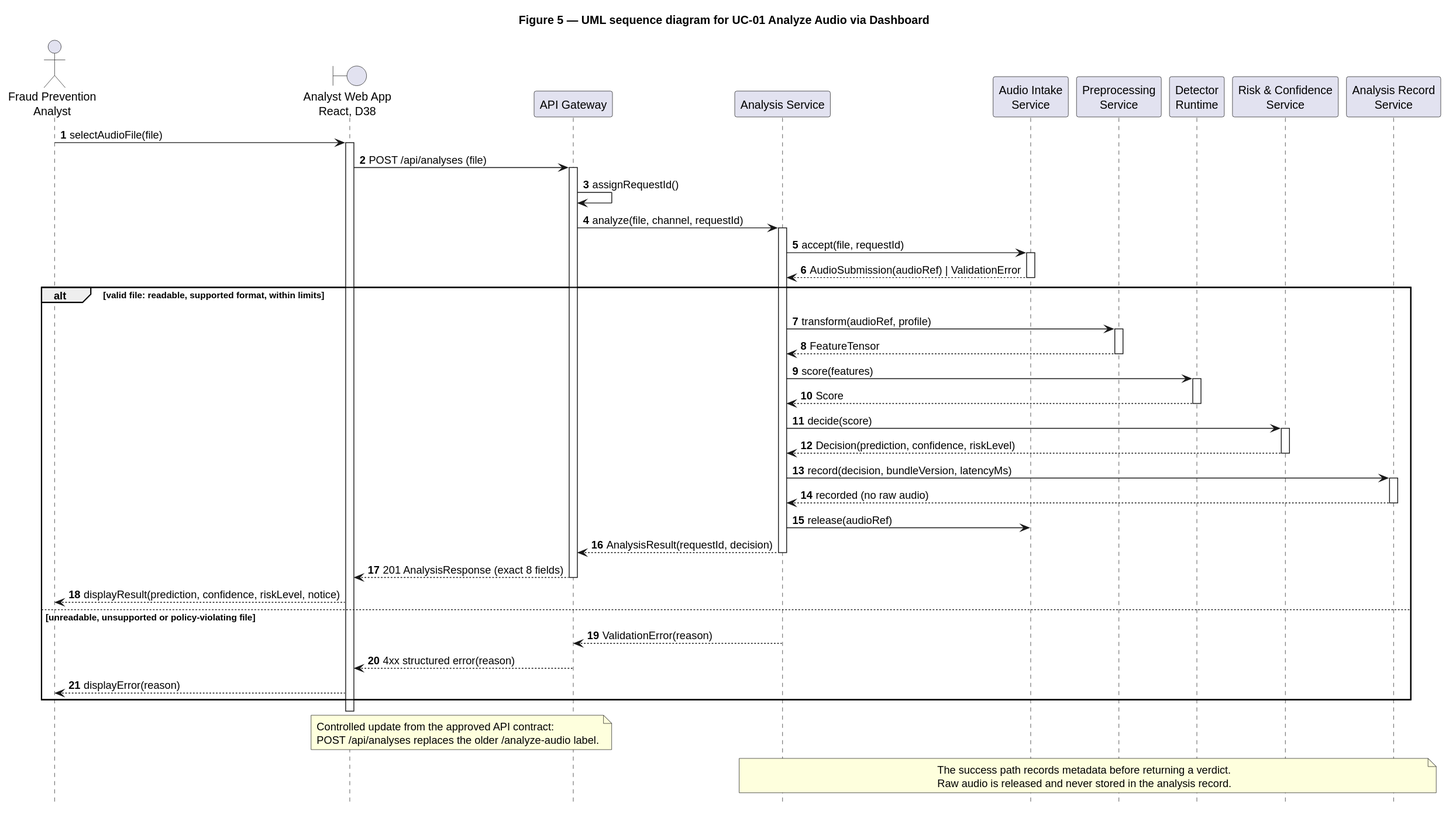
Before: docs/uml/sequence-uc01-analysis.svg, a diagram exported from PlantUML (kahlanzzi/voice-spoofing-detection).
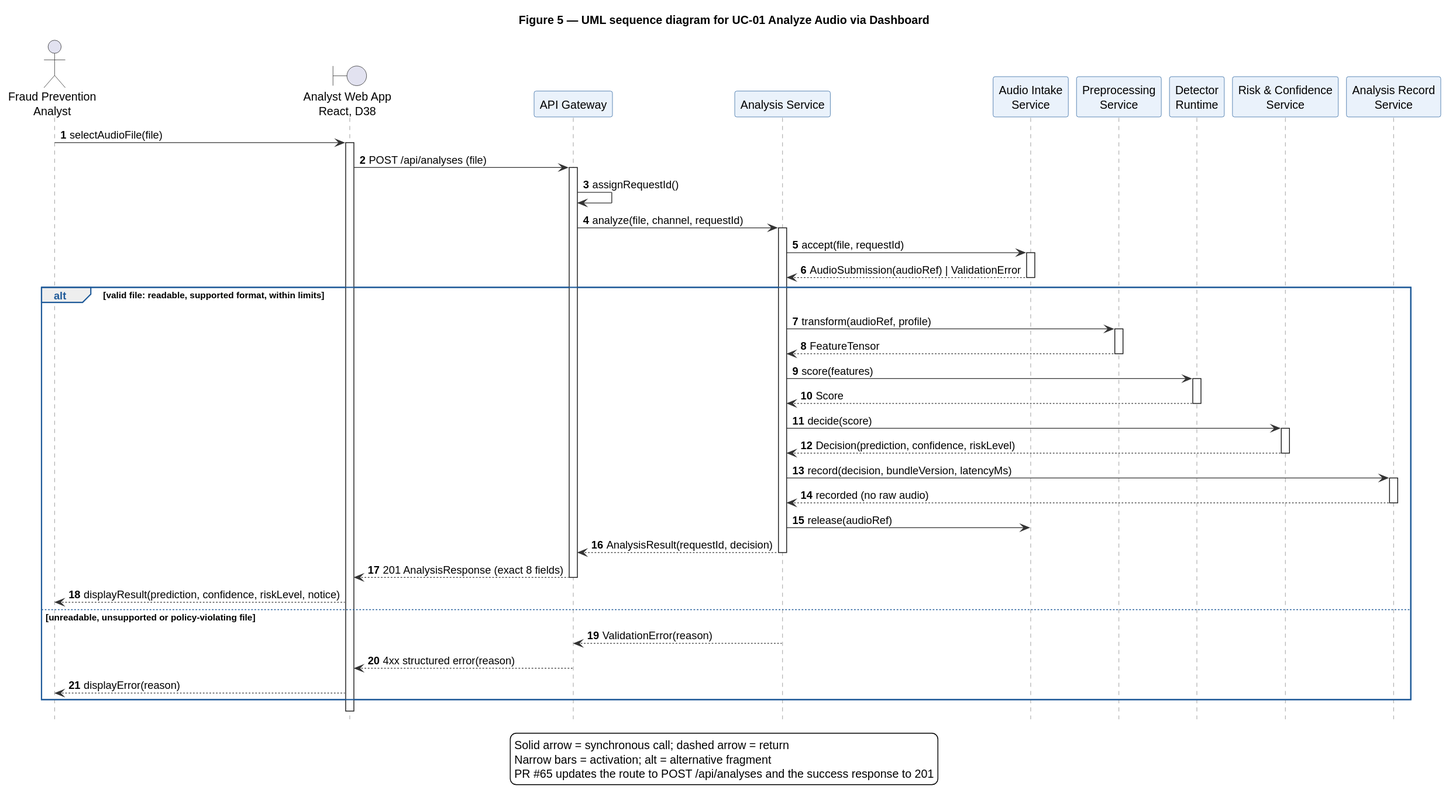
The same diagram one commit later.

What changed in the source:
```diff
@@ -2,6 +2,19 @@
 title Figure 5 — UML sequence diagram for UC-01 Analyze Audio via Dashboard
 hide footbox
 autonumber
+
+skinparam shadowing false
+skinparam backgroundColor white
+skinparam participant {
+  BackgroundColor #EAF2FB
+  BorderColor #1F5A99
+}
+skinparam sequence {
+  ArrowColor #333333
+  LifeLineBorderColor #777777
+  GroupBorderColor #1F5A99
+  GroupHeaderFontColor #1F5A99
+}
 
 actor "Fraud Prevention\nAnalyst" as Analyst
 boundary "Analyst Web App\nReact, D38" as Dashboard
@@ -61,13 +74,9 @@
 end
 deactivate Dashboard
 
-note over Dashboard,Gateway
-  Controlled update from the approved API contract:
-  POST /api/analyses replaces the older /analyze-audio label.
-end note
-
-note over Analysis,Record
-  The success path records metadata before returning a verdict.
-  Raw audio is released and never stored in the analysis record.
-end note
+legend bottom
+  Solid arrow = synchronous call; dashed arrow = return
+  Narrow bars = activation; alt = alternative fragment
+  PR #65 updates the route to POST /api/analyses and the success response to 201
+endlegend
 @enduml
```
